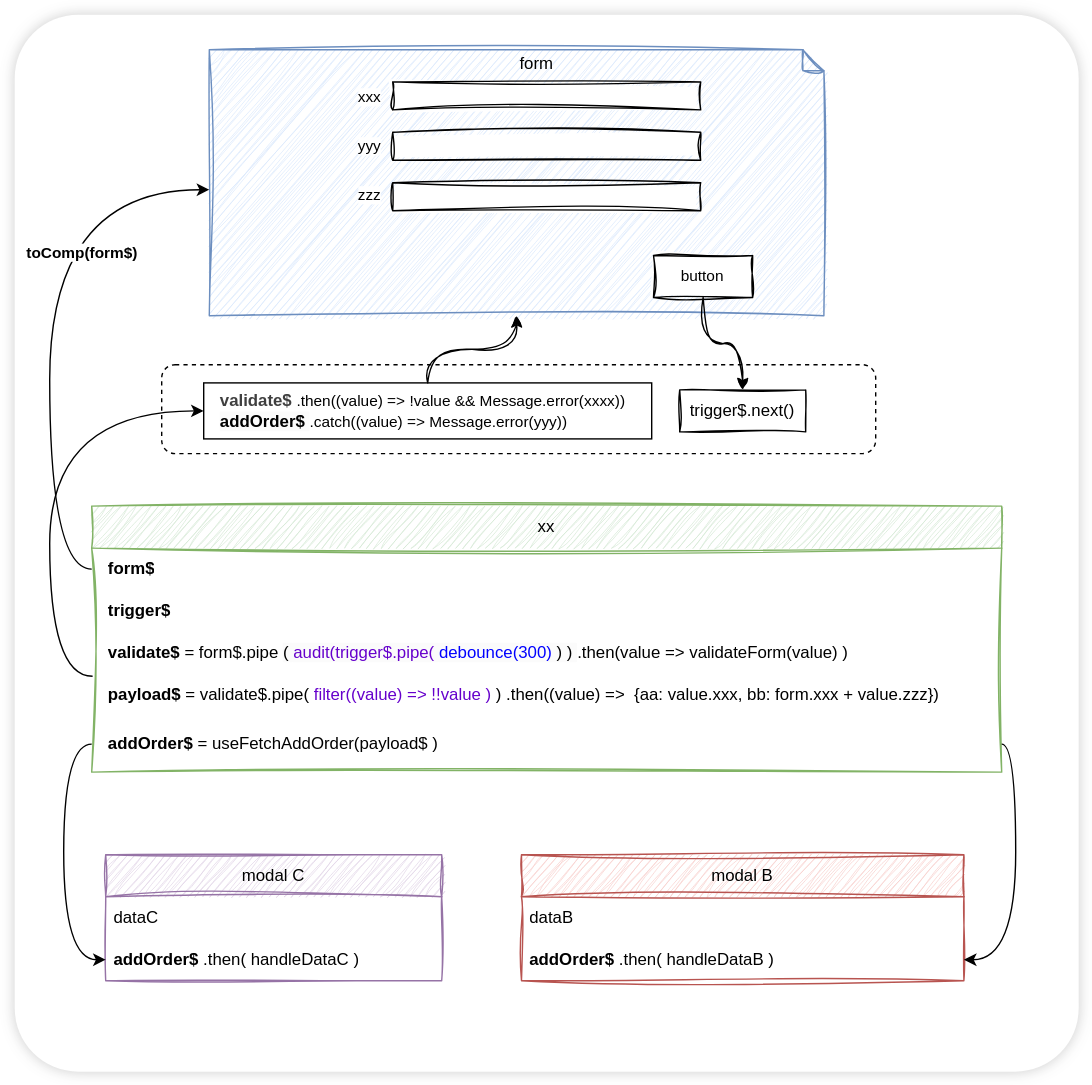
This is packages/public/stream-code.drawio.svg from fluthjs/fluth-vue, a draw.io export, as it was before one commit. Source tidied: cells renumbered, new cells last; positions are measured from the earlier drawing's top-left corner, leaving out a move shared by most shapes.
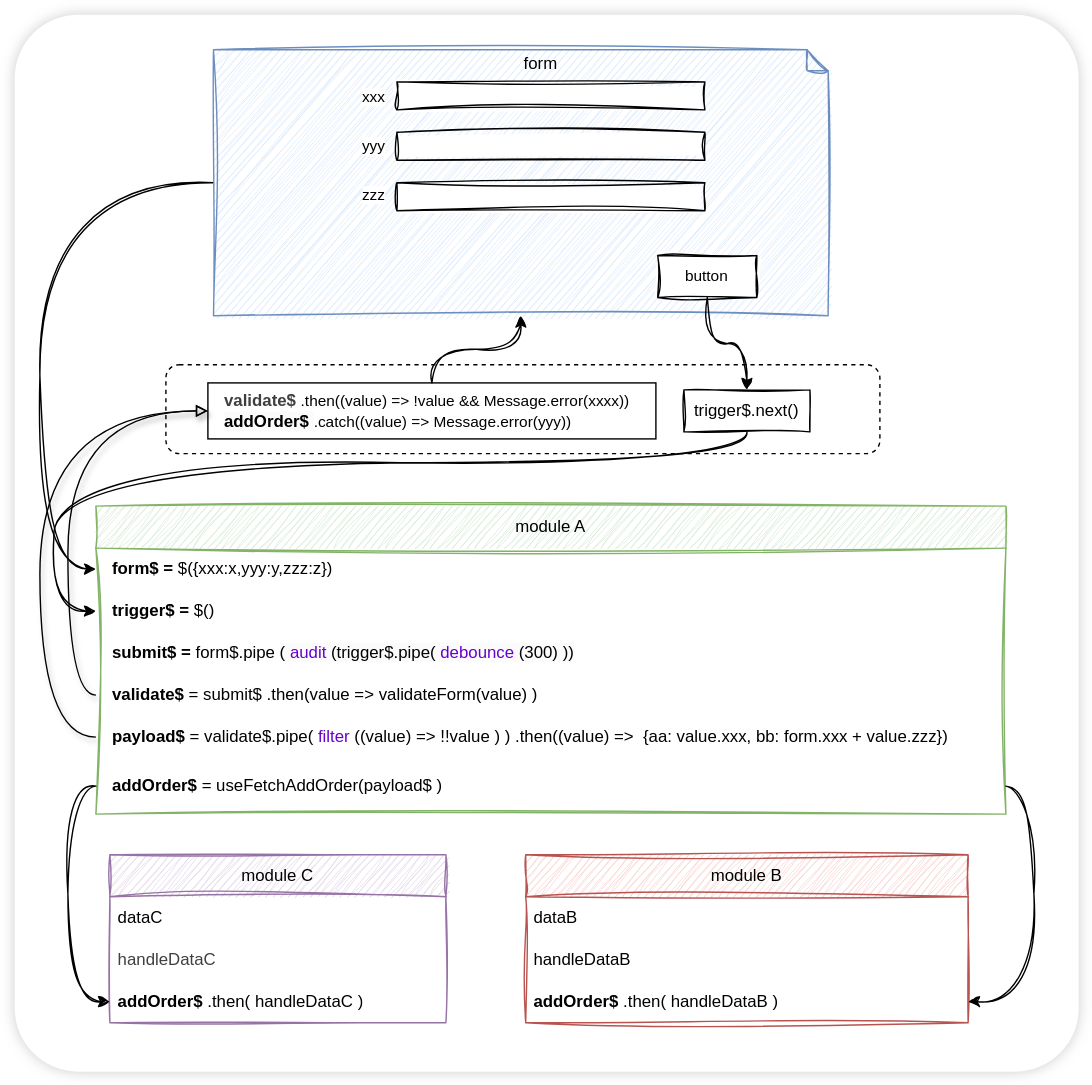
Later version of the same file.

Change to the diagram source:
```diff
@@ -5,4 +5,12 @@
     <mxCell id="2" style="rounded=1;whiteSpace=wrap;html=1;fontFamily=Helvetica;fontSize=11;fontColor=default;labelBackgroundColor=default;arcSize=6;shadow=1;glass=0;strokeColor=none;shadowOffsetX=0;shadowOffsetY=0;shadowBlur=5;shadowColor=#333333;" parent="1" vertex="1">
-      <mxGeometry width="760" height="755" as="geometry" />
+      <mxGeometry x="-3" width="760" height="755" as="geometry" />
     </mxCell>
+    <mxCell id="40" style="edgeStyle=orthogonalEdgeStyle;shape=connector;curved=1;rounded=1;html=1;exitX=0;exitY=0.5;exitDx=0;exitDy=0;exitPerimeter=0;entryX=0;entryY=0.5;entryDx=0;entryDy=0;strokeColor=default;align=center;verticalAlign=middle;fontFamily=Helvetica;fontSize=11;fontColor=default;labelBackgroundColor=default;endArrow=classic;sketch=1;curveFitting=1;jiggle=2;" parent="1" edge="1" source="3" target="11">
+      <mxGeometry relative="1" as="geometry">
+        <Array as="points">
+          <mxPoint x="15" y="120" />
+          <mxPoint x="15" y="396" />
+        </Array>
+      </mxGeometry>
+    </mxCell>
     <mxCell id="3" style="shape=mxgraph.bpmn.data;labelPosition=center;verticalLabelPosition=bottom;align=center;verticalAlign=top;size=15;html=1;fontFamily=Helvetica;fontSize=11;labelBackgroundColor=default;fillColor=#dae8fc;strokeColor=#6c8ebf;rounded=0;sketch=1;curveFitting=1;jiggle=2;fontColor=#000000;fontStyle=0;" parent="1" vertex="1">
@@ -10,4 +18,4 @@
     </mxCell>
-    <mxCell id="4" value="modal B" style="swimlane;fontStyle=0;horizontal=1;startSize=30;whiteSpace=wrap;html=1;rounded=0;fillColor=#f8cecc;strokeColor=#b85450;sketch=1;curveFitting=1;jiggle=2;fontColor=#000000;" parent="1" vertex="1">
-      <mxGeometry x="362" y="600" width="316" height="90" as="geometry" />
+    <mxCell id="4" value="module B" style="swimlane;fontStyle=0;horizontal=1;startSize=30;whiteSpace=wrap;html=1;rounded=0;fillColor=#f8cecc;strokeColor=#b85450;sketch=1;curveFitting=1;jiggle=2;fontColor=#000000;" parent="1" vertex="1">
+      <mxGeometry x="362" y="600" width="316" height="120" as="geometry" />
     </mxCell>
@@ -16,7 +24,10 @@
     </mxCell>
+    <mxCell id="41" value="&lt;span style=&quot;color: rgb(0, 0, 0);&quot;&gt;handleDataB&lt;/span&gt;" style="text;strokeColor=none;fillColor=none;align=left;verticalAlign=middle;spacingLeft=4;spacingRight=4;overflow=hidden;whiteSpace=wrap;html=1;rounded=0;sketch=1;curveFitting=1;jiggle=2;fontColor=#000000;fontStyle=0;" parent="4" vertex="1">
+      <mxGeometry y="60" width="316" height="30" as="geometry" />
+    </mxCell>
     <mxCell id="6" value="&lt;b&gt;addOrder$&lt;/b&gt;.then(&lt;span style=&quot;&quot;&gt;&lt;font style=&quot;color: rgb(0, 0, 0);&quot;&gt;handleDataB&lt;/font&gt;&lt;/span&gt;)" style="text;strokeColor=none;fillColor=none;align=left;verticalAlign=middle;spacingLeft=4;spacingRight=4;overflow=hidden;points=[[0,0.5],[1,0.5]];portConstraint=eastwest;whiteSpace=wrap;html=1;rounded=0;sketch=1;curveFitting=1;jiggle=2;fontColor=#000000;fontStyle=0;" parent="4" vertex="1">
-      <mxGeometry y="60" width="316" height="30" as="geometry" />
+      <mxGeometry y="90" width="316" height="30" as="geometry" />
     </mxCell>
-    <mxCell id="7" value="modal C" style="swimlane;fontStyle=0;horizontal=1;startSize=30;whiteSpace=wrap;html=1;rounded=0;fillColor=#e1d5e7;strokeColor=#9673a6;sketch=1;curveFitting=1;jiggle=2;fontColor=#000000;" parent="1" vertex="1">
-      <mxGeometry x="65" y="600" width="240" height="90" as="geometry" />
+    <mxCell id="7" value="module C" style="swimlane;fontStyle=0;horizontal=1;startSize=30;whiteSpace=wrap;html=1;rounded=0;fillColor=#e1d5e7;strokeColor=#9673a6;sketch=1;curveFitting=1;jiggle=2;fontColor=#000000;" parent="1" vertex="1">
+      <mxGeometry x="65" y="600" width="240" height="120" as="geometry" />
     </mxCell>
@@ -25,22 +36,28 @@
     </mxCell>
+    <mxCell id="42" value="&lt;span style=&quot;color: rgb(63, 63, 63);&quot;&gt;handleDataC&lt;/span&gt;" style="text;strokeColor=none;fillColor=none;align=left;verticalAlign=middle;spacingLeft=4;spacingRight=4;overflow=hidden;whiteSpace=wrap;html=1;rounded=0;sketch=1;curveFitting=1;jiggle=2;fontColor=#000000;fontStyle=0;" parent="7" vertex="1">
+      <mxGeometry y="60" width="240" height="30" as="geometry" />
+    </mxCell>
     <mxCell id="9" value="&lt;b&gt;addOrder$&lt;/b&gt;.then(&lt;span style=&quot;&quot;&gt;handleDataC&lt;/span&gt;)" style="text;strokeColor=none;fillColor=none;align=left;verticalAlign=middle;spacingLeft=4;spacingRight=4;overflow=hidden;points=[[0,0.5],[1,0.5]];portConstraint=eastwest;whiteSpace=wrap;html=1;rounded=0;sketch=1;curveFitting=1;jiggle=2;fontColor=#000000;fontStyle=0;" parent="7" vertex="1">
-      <mxGeometry y="60" width="240" height="30" as="geometry" />
+      <mxGeometry y="90" width="240" height="30" as="geometry" />
     </mxCell>
-    <mxCell id="10" value="xx" style="swimlane;fontStyle=0;horizontal=1;startSize=30;whiteSpace=wrap;html=1;glass=0;rounded=0;fillColor=#d5e8d4;strokeColor=#82b366;sketch=1;curveFitting=1;jiggle=2;fontColor=#000000;" parent="1" vertex="1">
-      <mxGeometry x="55" y="351" width="650" height="190" as="geometry" />
+    <mxCell id="10" value="module A" style="swimlane;fontStyle=0;horizontal=1;startSize=30;whiteSpace=wrap;html=1;glass=0;rounded=0;fillColor=#d5e8d4;strokeColor=#82b366;sketch=1;curveFitting=1;jiggle=2;fontColor=#000000;" parent="1" vertex="1">
+      <mxGeometry x="55" y="351" width="650" height="220" as="geometry" />
     </mxCell>
-    <mxCell id="11" value="&lt;span style=&quot;&quot;&gt;&lt;font style=&quot;color: rgb(0, 0, 0);&quot;&gt;&lt;b&gt;form$&lt;/b&gt;&lt;/font&gt;&lt;/span&gt;" style="text;strokeColor=none;fillColor=none;align=left;verticalAlign=middle;spacingLeft=10;spacingRight=4;overflow=hidden;points=[[0,0.5],[1,0.5]];portConstraint=eastwest;whiteSpace=wrap;html=1;glass=0;rounded=0;sketch=1;curveFitting=1;jiggle=2;fontColor=#000000;fontStyle=0;" parent="10" vertex="1">
+    <mxCell id="11" value="&lt;font style=&quot;color: rgb(0, 0, 0);&quot;&gt;&lt;b&gt;form$ = &lt;/b&gt;$({xxx:x,yyy:y,zzz:z})&lt;/font&gt;" style="text;strokeColor=none;fillColor=none;align=left;verticalAlign=middle;spacingLeft=10;spacingRight=4;overflow=hidden;points=[[0,0.5],[1,0.5]];portConstraint=eastwest;whiteSpace=wrap;html=1;glass=0;rounded=0;sketch=1;curveFitting=1;jiggle=2;fontColor=#000000;fontStyle=0;" parent="10" vertex="1">
       <mxGeometry y="30" width="650" height="30" as="geometry" />
     </mxCell>
-    <mxCell id="12" value="&lt;font style=&quot;color: rgb(0, 0, 0);&quot;&gt;&lt;b&gt;trigger$&lt;/b&gt;&lt;/font&gt;" style="text;strokeColor=none;fillColor=none;align=left;verticalAlign=middle;spacingLeft=10;spacingRight=4;overflow=hidden;points=[[0,0.5],[1,0.5]];portConstraint=eastwest;whiteSpace=wrap;html=1;glass=0;rounded=0;sketch=1;curveFitting=1;jiggle=2;fontColor=#000000;fontStyle=0;" parent="10" vertex="1">
+    <mxCell id="12" value="&lt;font style=&quot;color: rgb(0, 0, 0);&quot;&gt;&lt;b&gt;trigger$ = &lt;/b&gt;$()&lt;/font&gt;" style="text;strokeColor=none;fillColor=none;align=left;verticalAlign=middle;spacingLeft=10;spacingRight=4;overflow=hidden;points=[[0,0.5],[1,0.5]];portConstraint=eastwest;whiteSpace=wrap;html=1;glass=0;rounded=0;sketch=1;curveFitting=1;jiggle=2;fontColor=#000000;fontStyle=0;" parent="10" vertex="1">
       <mxGeometry y="60" width="650" height="30" as="geometry" />
     </mxCell>
+    <mxCell id="43" value="&lt;font&gt;&lt;b style=&quot;&quot;&gt;submit$ =&amp;nbsp;&lt;/b&gt;&lt;font&gt;form$.pipe&lt;/font&gt;&lt;font style=&quot;background-color: rgb(251, 251, 251);&quot;&gt;(&lt;/font&gt;&lt;font style=&quot;background-color: rgb(251, 251, 251);&quot;&gt;&lt;font style=&quot;&quot;&gt;&lt;font&gt;&lt;font style=&quot;color: rgb(102, 0, 204);&quot;&gt;audit&lt;/font&gt;(trigger$.pipe(&lt;/font&gt;&lt;/font&gt;&lt;/font&gt;&lt;span style=&quot;background-color: rgb(251, 251, 251);&quot;&gt;&lt;font style=&quot;color: rgb(102, 0, 204);&quot;&gt;debounce&lt;/font&gt;&lt;font&gt;(300)&lt;/font&gt;&lt;/span&gt;&lt;font style=&quot;background-color: rgb(251, 251, 251);&quot;&gt;))&lt;/font&gt;&lt;/font&gt;" style="text;strokeColor=none;fillColor=none;align=left;verticalAlign=middle;spacingLeft=10;spacingRight=4;overflow=hidden;whiteSpace=wrap;html=1;glass=0;rounded=0;sketch=1;curveFitting=1;jiggle=2;fontColor=#000000;fontStyle=0;" parent="10" vertex="1">
+      <mxGeometry y="90" width="650" height="30" as="geometry" />
+    </mxCell>
-    <mxCell id="13" value="&lt;font&gt;&lt;span style=&quot;background-color: rgb(255, 255, 255);&quot;&gt;&lt;b style=&quot;color: light-dark(rgb(0, 0, 0), rgb(237, 237, 237));&quot;&gt;validate$&lt;/b&gt;&lt;font style=&quot;color: light-dark(rgb(0, 0, 0), rgb(237, 237, 237));&quot;&gt; = form$.pipe&lt;/font&gt;&lt;font style=&quot;color: light-dark(rgb(0, 0, 0), rgb(237, 237, 237)); background-color: rgb(251, 251, 251);&quot;&gt;(&lt;/font&gt;&lt;font style=&quot;background-color: rgb(251, 251, 251);&quot;&gt;&lt;font style=&quot;color: rgb(102, 0, 204);&quot;&gt;audit(trigger$.pipe(&lt;/font&gt;&lt;/font&gt;&lt;span style=&quot;background-color: rgb(251, 251, 251);&quot;&gt;&lt;font style=&quot;color: light-dark(rgb(0, 0, 255), rgb(237, 237, 237));&quot;&gt;debounce(300)&lt;/font&gt;&lt;/span&gt;&lt;font style=&quot;color: light-dark(rgb(0, 0, 0), rgb(237, 237, 237)); background-color: rgb(251, 251, 251);&quot;&gt;)&lt;font&gt;)&lt;/font&gt;&lt;/font&gt;&lt;font style=&quot;color: light-dark(rgb(0, 0, 0), rgb(237, 237, 237));&quot;&gt;.then(value =&amp;gt;&amp;nbsp;&lt;/font&gt;&lt;/span&gt;&lt;font style=&quot;color: rgb(0, 0, 0);&quot;&gt;validateForm(value)&lt;/font&gt;&lt;span style=&quot;color: light-dark(rgb(0, 0, 0), rgb(237, 237, 237)); background-color: rgb(255, 255, 255);&quot;&gt;)&lt;/span&gt;&lt;/font&gt;" style="text;strokeColor=none;fillColor=none;align=left;verticalAlign=middle;spacingLeft=10;spacingRight=4;overflow=hidden;points=[[0,0.5],[1,0.5]];portConstraint=eastwest;whiteSpace=wrap;html=1;glass=0;rounded=0;sketch=1;curveFitting=1;jiggle=2;fontColor=#000000;fontStyle=0;" parent="10" vertex="1">
-      <mxGeometry y="90" width="650" height="30" as="geometry" />
+    <mxCell id="13" value="&lt;font&gt;&lt;span style=&quot;background-color: rgb(255, 255, 255);&quot;&gt;&lt;b style=&quot;color: light-dark(rgb(0, 0, 0), rgb(237, 237, 237));&quot;&gt;validate$&lt;/b&gt;&lt;font style=&quot;color: light-dark(rgb(0, 0, 0), rgb(237, 237, 237));&quot;&gt; = submit$&lt;/font&gt;&lt;font style=&quot;color: light-dark(rgb(0, 0, 0), rgb(237, 237, 237));&quot;&gt;.then(value =&amp;gt;&amp;nbsp;&lt;/font&gt;&lt;/span&gt;&lt;font style=&quot;color: rgb(0, 0, 0);&quot;&gt;validateForm(value)&lt;/font&gt;&lt;span style=&quot;color: light-dark(rgb(0, 0, 0), rgb(237, 237, 237)); background-color: rgb(255, 255, 255);&quot;&gt;)&lt;/span&gt;&lt;/font&gt;" style="text;strokeColor=none;fillColor=none;align=left;verticalAlign=middle;spacingLeft=10;spacingRight=4;overflow=hidden;points=[[0,0.5],[1,0.5]];portConstraint=eastwest;whiteSpace=wrap;html=1;glass=0;rounded=0;sketch=1;curveFitting=1;jiggle=2;fontColor=#000000;fontStyle=0;" parent="10" vertex="1">
+      <mxGeometry y="120" width="650" height="30" as="geometry" />
     </mxCell>
-    <mxCell id="14" value="&lt;font&gt;&lt;span style=&quot;color: light-dark(rgb(0, 0, 0), rgb(237, 237, 237)); background-color: light-dark(#ffffff, var(--ge-dark-color, #121212));&quot;&gt;&lt;b&gt;payload$&lt;/b&gt; = validate$.pipe(&lt;/span&gt;&lt;span&gt;&lt;font style=&quot;color: rgb(102, 0, 204);&quot;&gt;filter((value) =&amp;gt; !!value&lt;/font&gt;&lt;/span&gt;&lt;span style=&quot;color: rgb(63, 63, 63);&quot;&gt;&lt;font style=&quot;color: rgb(102, 0, 204);&quot;&gt;)&lt;/font&gt;&lt;/span&gt;&lt;span style=&quot;color: light-dark(rgb(0, 0, 0), rgb(237, 237, 237)); background-color: light-dark(#ffffff, var(--ge-dark-color, #121212));&quot;&gt;)&lt;/span&gt;&lt;span style=&quot;color: light-dark(rgb(0, 0, 0), rgb(237, 237, 237)); background-color: light-dark(#ffffff, var(--ge-dark-color, #121212));&quot;&gt;.then((value) =&amp;gt;&amp;nbsp;&amp;nbsp;{aa:&amp;nbsp;value.xxx, bb: form.xxx +&amp;nbsp;value.zzz})&lt;/span&gt;&lt;/font&gt;" style="text;strokeColor=none;fillColor=none;align=left;verticalAlign=middle;spacingLeft=10;spacingRight=4;overflow=hidden;points=[[0,0.5],[1,0.5]];portConstraint=eastwest;whiteSpace=wrap;html=1;glass=0;rounded=0;sketch=1;curveFitting=1;jiggle=2;fontColor=#000000;fontStyle=0;" parent="10" vertex="1">
-      <mxGeometry y="120" width="650" height="30" as="geometry" />
+    <mxCell id="14" value="&lt;font&gt;&lt;span style=&quot;color: light-dark(rgb(0, 0, 0), rgb(237, 237, 237)); background-color: light-dark(#ffffff, var(--ge-dark-color, #121212));&quot;&gt;&lt;b style=&quot;&quot;&gt;payload$&lt;/b&gt; = validate$.pipe(&lt;/span&gt;&lt;font style=&quot;&quot;&gt;&lt;font style=&quot;&quot;&gt;&lt;font style=&quot;&quot;&gt;&lt;font style=&quot;color: rgb(102, 0, 204);&quot;&gt;filter&lt;/font&gt;&lt;font style=&quot;color: rgb(0, 0, 0);&quot;&gt;((value) =&amp;gt; !!value&lt;/font&gt;&lt;/font&gt;&lt;/font&gt;&lt;/font&gt;&lt;font style=&quot;color: light-dark(rgb(0, 0, 0), rgb(237, 237, 237));&quot;&gt;)&lt;/font&gt;&lt;span style=&quot;color: light-dark(rgb(0, 0, 0), rgb(237, 237, 237)); background-color: light-dark(#ffffff, var(--ge-dark-color, #121212));&quot;&gt;)&lt;/span&gt;&lt;span style=&quot;color: light-dark(rgb(0, 0, 0), rgb(237, 237, 237)); background-color: light-dark(#ffffff, var(--ge-dark-color, #121212));&quot;&gt;.then((value) =&amp;gt;&amp;nbsp;&amp;nbsp;{aa:&amp;nbsp;value.xxx, bb: form.xxx +&amp;nbsp;value.zzz})&lt;/span&gt;&lt;/font&gt;" style="text;strokeColor=none;fillColor=none;align=left;verticalAlign=middle;spacingLeft=10;spacingRight=4;overflow=hidden;points=[[0,0.5],[1,0.5]];portConstraint=eastwest;whiteSpace=wrap;html=1;glass=0;rounded=0;sketch=1;curveFitting=1;jiggle=2;fontColor=#000000;fontStyle=0;" parent="10" vertex="1">
+      <mxGeometry y="150" width="650" height="30" as="geometry" />
     </mxCell>
     <mxCell id="15" value="&lt;font&gt;&lt;b style=&quot;color: light-dark(rgb(0, 0, 0), rgb(237, 237, 237));&quot;&gt;addOrder$&lt;/b&gt;&lt;font style=&quot;color: rgb(255, 0, 0);&quot;&gt; &lt;/font&gt;&lt;font style=&quot;color: rgb(0, 0, 0);&quot;&gt;= useFetchAddOrder(payload$&lt;/font&gt;&lt;span style=&quot;color: light-dark(rgb(0, 0, 0), rgb(237, 237, 237)); background-color: transparent;&quot;&gt;)&lt;/span&gt;&lt;/font&gt;" style="text;strokeColor=none;fillColor=none;align=left;verticalAlign=middle;spacingLeft=10;spacingRight=4;overflow=hidden;points=[[0,0.5],[1,0.5]];portConstraint=eastwest;whiteSpace=wrap;html=1;glass=0;rounded=0;sketch=1;curveFitting=1;jiggle=2;fontColor=#000000;fontStyle=0;" parent="10" vertex="1">
-      <mxGeometry y="150" width="650" height="40" as="geometry" />
+      <mxGeometry y="180" width="650" height="40" as="geometry" />
     </mxCell>
@@ -67,10 +84,2 @@
     </mxCell>
-    <mxCell id="23" style="edgeStyle=orthogonalEdgeStyle;html=1;entryX=0;entryY=0.5;entryDx=0;entryDy=0;curved=1;exitX=0.001;exitY=0.052;exitDx=0;exitDy=0;exitPerimeter=0;" parent="1" edge="1" source="14" target="20">
-      <mxGeometry relative="1" as="geometry">
-        <Array as="points">
-          <mxPoint x="25" y="473" />
-          <mxPoint x="25" y="283" />
-        </Array>
-      </mxGeometry>
-    </mxCell>
     <mxCell id="24" style="group;rounded=0;sketch=1;curveFitting=1;jiggle=2;fontColor=#000000;fontStyle=0;" parent="1" vertex="1">
@@ -108,16 +117,2 @@
     </mxCell>
-    <mxCell id="35" style="edgeStyle=orthogonalEdgeStyle;shape=connector;curved=1;rounded=1;html=1;strokeColor=default;align=center;verticalAlign=middle;fontFamily=Helvetica;fontSize=11;fontColor=default;labelBackgroundColor=default;endArrow=classic;" parent="1" edge="1" source="11">
-      <mxGeometry relative="1" as="geometry">
-        <mxPoint x="139" y="125" as="targetPoint" />
-        <Array as="points">
-          <mxPoint x="25" y="396" />
-          <mxPoint x="25" y="125" />
-        </Array>
-      </mxGeometry>
-    </mxCell>
-    <mxCell id="36" value="&lt;b&gt;toComp(form$)&lt;/b&gt;" style="edgeLabel;html=1;align=center;verticalAlign=middle;fontFamily=Helvetica;fontSize=11;fontColor=default;labelBackgroundColor=default;" parent="35" vertex="1">
-      <mxGeometry x="0.23" y="-23" relative="1" as="geometry">
-        <mxPoint y="-1" as="offset" />
-      </mxGeometry>
-    </mxCell>
     <mxCell id="37" style="edgeStyle=orthogonalEdgeStyle;shape=connector;curved=1;rounded=1;html=1;strokeColor=default;align=center;verticalAlign=middle;fontFamily=Helvetica;fontSize=11;fontColor=default;labelBackgroundColor=default;endArrow=classic;sketch=1;curveFitting=1;jiggle=2;entryX=0.5;entryY=1;entryDx=0;entryDy=0;entryPerimeter=0;" parent="1" edge="1" source="20" target="3">
@@ -125,7 +120,7 @@
     </mxCell>
-    <mxCell id="38" style="edgeStyle=orthogonalEdgeStyle;html=1;exitX=0;exitY=0.5;exitDx=0;exitDy=0;entryX=0;entryY=0.5;entryDx=0;entryDy=0;curved=1;" parent="1" edge="1" source="15" target="9">
+    <mxCell id="38" style="edgeStyle=orthogonalEdgeStyle;html=1;entryX=0;entryY=0.5;entryDx=0;entryDy=0;curved=1;sketch=1;curveFitting=1;jiggle=2;" parent="1" edge="1" source="15" target="9">
       <mxGeometry relative="1" as="geometry">
         <Array as="points">
-          <mxPoint x="35" y="521" />
-          <mxPoint x="35" y="675" />
+          <mxPoint x="35" y="551" />
+          <mxPoint x="35" y="705" />
         </Array>
@@ -133,7 +128,7 @@
     </mxCell>
-    <mxCell id="39" style="edgeStyle=orthogonalEdgeStyle;html=1;exitX=1;exitY=0.5;exitDx=0;exitDy=0;entryX=1;entryY=0.5;entryDx=0;entryDy=0;curved=1;" parent="1" edge="1" source="15" target="6">
+    <mxCell id="39" style="edgeStyle=orthogonalEdgeStyle;shape=connector;curved=1;rounded=1;html=1;entryX=1;entryY=0.5;entryDx=0;entryDy=0;strokeColor=default;align=center;verticalAlign=middle;fontFamily=Helvetica;fontSize=11;fontColor=default;labelBackgroundColor=default;endArrow=classic;sketch=1;curveFitting=1;jiggle=2;" parent="1" edge="1" source="15" target="6">
       <mxGeometry relative="1" as="geometry">
         <Array as="points">
-          <mxPoint x="715" y="521" />
-          <mxPoint x="715" y="675" />
+          <mxPoint x="725" y="551" />
+          <mxPoint x="725" y="705" />
         </Array>
@@ -141,2 +136,27 @@
     </mxCell>
+    <mxCell id="44" style="edgeStyle=orthogonalEdgeStyle;shape=connector;curved=1;rounded=1;html=1;entryX=0;entryY=0.5;entryDx=0;entryDy=0;strokeColor=#000000;align=center;verticalAlign=middle;fontFamily=Helvetica;fontSize=11;fontColor=default;labelBackgroundColor=default;endArrow=block;shadow=1;strokeWidth=1;endFill=0;" parent="1" edge="1" source="13" target="20">
+      <mxGeometry relative="1" as="geometry">
+        <Array as="points">
+          <mxPoint x="35" y="486" />
+          <mxPoint x="35" y="283" />
+        </Array>
+      </mxGeometry>
+    </mxCell>
+    <mxCell id="23" style="edgeStyle=orthogonalEdgeStyle;shape=connector;curved=1;rounded=1;html=1;exitX=0;exitY=0.5;exitDx=0;exitDy=0;entryX=0;entryY=0.5;entryDx=0;entryDy=0;strokeColor=#000000;align=center;verticalAlign=middle;fontFamily=Helvetica;fontSize=11;fontColor=default;labelBackgroundColor=default;endArrow=block;shadow=1;strokeWidth=1;endFill=0;" parent="1" edge="1" source="14" target="20">
+      <mxGeometry relative="1" as="geometry">
+        <Array as="points">
+          <mxPoint x="15" y="516" />
+          <mxPoint x="15" y="283" />
+        </Array>
+      </mxGeometry>
+    </mxCell>
+    <mxCell id="45" style="edgeStyle=orthogonalEdgeStyle;shape=connector;curved=1;rounded=1;html=1;exitX=0.5;exitY=1;exitDx=0;exitDy=0;entryX=0;entryY=0.5;entryDx=0;entryDy=0;strokeColor=default;align=center;verticalAlign=middle;fontFamily=Helvetica;fontSize=11;fontColor=default;labelBackgroundColor=default;endArrow=classic;sketch=1;curveFitting=1;jiggle=2;" parent="1" edge="1" source="21" target="12">
+      <mxGeometry relative="1" as="geometry">
+        <Array as="points">
+          <mxPoint x="520" y="320" />
+          <mxPoint x="25" y="320" />
+          <mxPoint x="25" y="426" />
+        </Array>
+      </mxGeometry>
+    </mxCell>
   </root>
```
